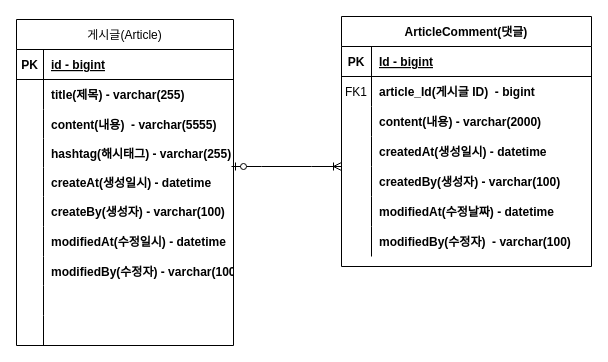
Earlier version of the draw.io diagram document/제목 없는 다이어그램.drawio (J4mbo9/fc-project-board). Source tidied: cells renumbered, new cells numbered last; positions are measured from the earlier drawing's top-left corner, leaving out a move shared by most shapes. Both pictures are drawn from the tidied source at 100%, with x=0, y=0 at pixel (16, 16).
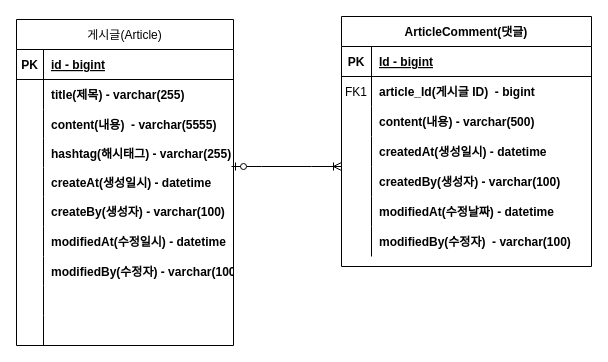
After the change.

Commit message:
#11-erd 업데이트 (content 사이즈 변경)

Unchanged cells that the change refers to:
```xml
<mxCell id="9" style="shape=partialRectangle;fillColor=none;top=0;left=0;right=0;bottom=0;" parent="2" vertex="1">
  <mxGeometry y="90" width="250" height="30" as="geometry" />
</mxCell>
```

The edit, as a diff of the source:
```diff
@@
-    <mxCell id="11" value="content(내용) - varchar(2000)" style="shape=partialRectangle;overflow=hidden;fillColor=none;top=0;left=0;bottom=0;right=0;align=left;spacingLeft=6;fontStyle=1;" parent="9" vertex="1">
+    <mxCell id="11" value="content(내용) - varchar(500)" style="shape=partialRectangle;overflow=hidden;fillColor=none;top=0;left=0;bottom=0;right=0;align=left;spacingLeft=6;fontStyle=1;" parent="9" vertex="1">
       <mxGeometry x="30" width="220" height="30" as="geometry" />
     </mxCell>
```
